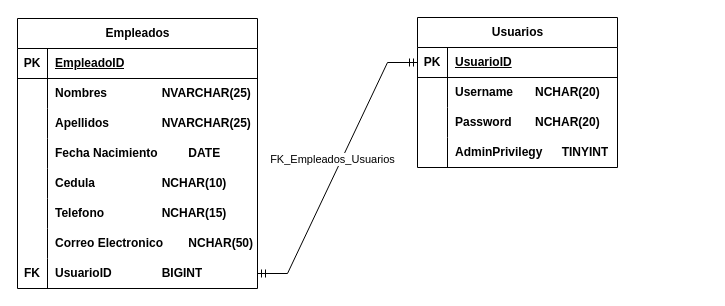
RobinLB99/SQL-SERVER_Scripting keeps this draw.io diagram as Diagrama sin título.drawio. Above is the earlier version. Source tidied: cells renumbered, new cells numbered last; positions are measured from the earlier drawing's top-left corner, leaving out a move shared by most shapes. Both pictures are drawn from the tidied source at 100%, with x=0, y=0 at pixel (17, 17).
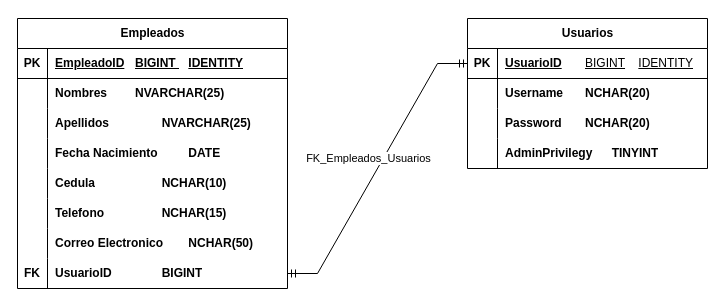
The same page after the edit.

Change to the diagram source:
```diff
@@
     <mxCell id="2" value="Empleados" style="shape=table;startSize=30;childLayout=tableLayout;rowLines=0;fontStyle=1;align=center;html=1;" parent="1" vertex="1">
-      <mxGeometry y="1" width="240" height="270" as="geometry" />
+      <mxGeometry y="1" width="270" height="270" as="geometry" />
     </mxCell>
     <mxCell id="3" style="shape=tableRow;horizontal=0;startSize=0;swimlaneHead=0;swimlaneBody=0;fillColor=none;top=0;left=0;right=0;bottom=1;" parent="2" vertex="1">
-      <mxGeometry y="30" width="240" height="30" as="geometry" />
+      <mxGeometry y="30" width="270" height="30" as="geometry" />
     </mxCell>
@@
-    <mxCell id="5" value="EmpleadoID" style="shape=partialRectangle;fillColor=none;top=0;left=0;bottom=0;right=0;align=left;spacingLeft=6;fontStyle=5;overflow=hidden;whiteSpace=wrap;html=1;" parent="3" vertex="1">
-      <mxGeometry x="30" width="210" height="30" as="geometry" />
+    <mxCell id="5" value="EmpleadoID&lt;span style=&quot;white-space: pre;&quot;&gt;&#9;&lt;/span&gt;BIGINT &lt;span style=&quot;white-space: pre;&quot;&gt;&#9;&lt;/span&gt;IDENTITY" style="shape=partialRectangle;fillColor=none;top=0;left=0;bottom=0;right=0;align=left;spacingLeft=6;fontStyle=5;overflow=hidden;whiteSpace=wrap;html=1;" parent="3" vertex="1">
+      <mxGeometry x="30" width="240" height="30" as="geometry" />
     </mxCell>
     <mxCell id="6" style="shape=tableRow;horizontal=0;startSize=0;swimlaneHead=0;swimlaneBody=0;fillColor=none;top=0;left=0;right=0;bottom=0;" parent="2" vertex="1">
-      <mxGeometry y="60" width="240" height="30" as="geometry" />
+      <mxGeometry y="60" width="270" height="30" as="geometry" />
     </mxCell>
@@
-    <mxCell id="8" value="Nombres&lt;span style=&quot;white-space: pre;&quot;&gt;&#9;&lt;/span&gt;&lt;span style=&quot;white-space: pre;&quot;&gt;&#9;&lt;/span&gt;&lt;span style=&quot;white-space: pre;&quot;&gt;NVARCHAR(25)&lt;/span&gt;" style="shape=partialRectangle;fillColor=none;top=0;left=0;bottom=0;right=0;align=left;spacingLeft=6;overflow=hidden;whiteSpace=wrap;html=1;fontStyle=1;" parent="6" vertex="1">
-      <mxGeometry x="30" width="210" height="30" as="geometry" />
+    <mxCell id="8" value="Nombres&lt;span style=&quot;white-space: pre;&quot;&gt;&#9;&lt;/span&gt;&lt;span style=&quot;white-space: pre;&quot;&gt;NVARCHAR(25)&lt;/span&gt;" style="shape=partialRectangle;fillColor=none;top=0;left=0;bottom=0;right=0;align=left;spacingLeft=6;overflow=hidden;whiteSpace=wrap;html=1;fontStyle=1;" parent="6" vertex="1">
+      <mxGeometry x="30" width="240" height="30" as="geometry" />
     </mxCell>
     <mxCell id="9" style="shape=tableRow;horizontal=0;startSize=0;swimlaneHead=0;swimlaneBody=0;fillColor=none;top=0;left=0;right=0;bottom=0;" parent="2" vertex="1">
-      <mxGeometry y="90" width="240" height="30" as="geometry" />
+      <mxGeometry y="90" width="270" height="30" as="geometry" />
     </mxCell>
@@
     <mxCell id="11" value="Apellidos&lt;span style=&quot;white-space: pre;&quot;&gt;&#9;&lt;/span&gt;&lt;span style=&quot;white-space: pre;&quot;&gt;&#9;&lt;/span&gt;NVARCHAR(25)" style="shape=partialRectangle;fillColor=none;top=0;left=0;bottom=0;right=0;align=left;spacingLeft=6;overflow=hidden;whiteSpace=wrap;html=1;fontStyle=1;" parent="9" vertex="1">
-      <mxGeometry x="30" width="210" height="30" as="geometry" />
+      <mxGeometry x="30" width="240" height="30" as="geometry" />
     </mxCell>
     <mxCell id="12" style="shape=tableRow;horizontal=0;startSize=0;swimlaneHead=0;swimlaneBody=0;fillColor=none;top=0;left=0;right=0;bottom=0;" parent="2" vertex="1">
-      <mxGeometry y="120" width="240" height="30" as="geometry" />
+      <mxGeometry y="120" width="270" height="30" as="geometry" />
     </mxCell>
@@
     <mxCell id="14" value="Fecha Nacimiento&lt;span style=&quot;white-space: pre;&quot;&gt;&#9;&lt;span style=&quot;white-space: pre;&quot;&gt;&#9;&lt;/span&gt;&lt;/span&gt;DATE" style="shape=partialRectangle;fillColor=none;top=0;left=0;bottom=0;right=0;align=left;spacingLeft=6;overflow=hidden;whiteSpace=wrap;html=1;fontStyle=1;" parent="12" vertex="1">
-      <mxGeometry x="30" width="210" height="30" as="geometry" />
+      <mxGeometry x="30" width="240" height="30" as="geometry" />
     </mxCell>
     <mxCell id="15" style="shape=tableRow;horizontal=0;startSize=0;swimlaneHead=0;swimlaneBody=0;fillColor=none;top=0;left=0;right=0;bottom=0;" parent="2" vertex="1">
-      <mxGeometry y="150" width="240" height="30" as="geometry" />
+      <mxGeometry y="150" width="270" height="30" as="geometry" />
     </mxCell>
@@
     <mxCell id="17" value="Cedula&lt;span style=&quot;white-space: pre;&quot;&gt;&#9;&lt;/span&gt;&lt;span style=&quot;white-space: pre;&quot;&gt;&#9;&lt;/span&gt;&lt;span style=&quot;white-space: pre;&quot;&gt;&#9;&lt;/span&gt;NCHAR(10)" style="shape=partialRectangle;fillColor=none;top=0;left=0;bottom=0;right=0;align=left;spacingLeft=6;overflow=hidden;whiteSpace=wrap;html=1;fontStyle=1;" parent="15" vertex="1">
-      <mxGeometry x="30" width="210" height="30" as="geometry" />
+      <mxGeometry x="30" width="240" height="30" as="geometry" />
     </mxCell>
     <mxCell id="18" style="shape=tableRow;horizontal=0;startSize=0;swimlaneHead=0;swimlaneBody=0;fillColor=none;top=0;left=0;right=0;bottom=0;" parent="2" vertex="1">
-      <mxGeometry y="180" width="240" height="30" as="geometry" />
+      <mxGeometry y="180" width="270" height="30" as="geometry" />
     </mxCell>
@@
     <mxCell id="20" value="Telefono&lt;span style=&quot;white-space: pre;&quot;&gt;&#9;&lt;/span&gt;&lt;span style=&quot;white-space: pre;&quot;&gt;&#9;&lt;/span&gt;&lt;span style=&quot;white-space: pre;&quot;&gt;&#9;&lt;/span&gt;NCHAR(15)" style="shape=partialRectangle;fillColor=none;top=0;left=0;bottom=0;right=0;align=left;spacingLeft=6;overflow=hidden;whiteSpace=wrap;html=1;fontStyle=1;" parent="18" vertex="1">
-      <mxGeometry x="30" width="210" height="30" as="geometry" />
+      <mxGeometry x="30" width="240" height="30" as="geometry" />
     </mxCell>
     <mxCell id="21" style="shape=tableRow;horizontal=0;startSize=0;swimlaneHead=0;swimlaneBody=0;fillColor=none;top=0;left=0;right=0;bottom=0;" parent="2" vertex="1">
-      <mxGeometry y="210" width="240" height="30" as="geometry" />
+      <mxGeometry y="210" width="270" height="30" as="geometry" />
     </mxCell>
@@
     <mxCell id="23" value="Correo Electronico&lt;span style=&quot;white-space: pre;&quot;&gt;&#9;&lt;/span&gt;NCHAR(50)" style="shape=partialRectangle;fillColor=none;top=0;left=0;bottom=0;right=0;align=left;spacingLeft=6;overflow=hidden;whiteSpace=wrap;html=1;fontStyle=1;" parent="21" vertex="1">
-      <mxGeometry x="30" width="210" height="30" as="geometry" />
+      <mxGeometry x="30" width="240" height="30" as="geometry" />
     </mxCell>
     <mxCell id="24" style="shape=tableRow;horizontal=0;startSize=0;swimlaneHead=0;swimlaneBody=0;fillColor=none;points=[[0,0.5],[1,0.5]];portConstraint=eastwest;top=0;left=0;right=0;bottom=0;" parent="2" vertex="1">
-      <mxGeometry y="240" width="240" height="30" as="geometry" />
+      <mxGeometry y="240" width="270" height="30" as="geometry" />
     </mxCell>
@@
     <mxCell id="26" value="UsuarioID&amp;nbsp;&amp;nbsp;&lt;span style=&quot;white-space: pre;&quot;&gt;&#9;&lt;/span&gt;&lt;span style=&quot;white-space: pre;&quot;&gt;&#9;&lt;/span&gt;BIGINT" style="shape=partialRectangle;fillColor=none;top=0;left=0;bottom=0;right=0;align=left;spacingLeft=6;overflow=hidden;whiteSpace=wrap;html=1;fontStyle=1;" parent="24" vertex="1">
-      <mxGeometry x="30" width="210" height="30" as="geometry" />
+      <mxGeometry x="30" width="240" height="30" as="geometry" />
     </mxCell>
     <mxCell id="27" value="Usuarios" style="shape=table;startSize=30;childLayout=tableLayout;rowLines=0;fontStyle=1;align=center;html=1;" parent="1" vertex="1">
-      <mxGeometry x="400" width="200" height="150" as="geometry" />
+      <mxGeometry x="450" y="1" width="240" height="150" as="geometry" />
     </mxCell>
     <mxCell id="28" style="shape=tableRow;horizontal=0;startSize=0;swimlaneHead=0;swimlaneBody=0;fillColor=none;points=[[0,0.5],[1,0.5]];portConstraint=eastwest;top=0;left=0;right=0;bottom=1;" parent="27" vertex="1">
-      <mxGeometry y="30" width="200" height="30" as="geometry" />
+      <mxGeometry y="30" width="240" height="30" as="geometry" />
     </mxCell>
@@
-    <mxCell id="30" value="UsuarioID" style="shape=partialRectangle;fillColor=none;top=0;left=0;bottom=0;right=0;align=left;spacingLeft=6;fontStyle=5;overflow=hidden;whiteSpace=wrap;html=1;" parent="28" vertex="1">
-      <mxGeometry x="30" width="170" height="30" as="geometry" />
+    <mxCell id="30" value="UsuarioID&lt;span style=&quot;white-space: pre;&quot;&gt;&#9;&lt;/span&gt;&lt;span style=&quot;font-weight: normal;&quot;&gt;BIGINT&lt;span style=&quot;white-space: pre;&quot;&gt;&#9;&lt;/span&gt;IDENTITY&lt;/span&gt;" style="shape=partialRectangle;fillColor=none;top=0;left=0;bottom=0;right=0;align=left;spacingLeft=6;fontStyle=5;overflow=hidden;whiteSpace=wrap;html=1;" parent="28" vertex="1">
+      <mxGeometry x="30" width="210" height="30" as="geometry" />
     </mxCell>
     <mxCell id="31" style="shape=tableRow;horizontal=0;startSize=0;swimlaneHead=0;swimlaneBody=0;fillColor=none;top=0;left=0;right=0;bottom=0;" parent="27" vertex="1">
-      <mxGeometry y="60" width="200" height="30" as="geometry" />
+      <mxGeometry y="60" width="240" height="30" as="geometry" />
     </mxCell>
@@
     <mxCell id="33" value="Username&lt;span style=&quot;white-space: pre;&quot;&gt;&#9;&lt;/span&gt;NCHAR(20&lt;span style=&quot;background-color: initial;&quot;&gt;)&lt;/span&gt;" style="shape=partialRectangle;fillColor=none;top=0;left=0;bottom=0;right=0;align=left;spacingLeft=6;overflow=hidden;whiteSpace=wrap;html=1;fontStyle=1;" parent="31" vertex="1">
-      <mxGeometry x="30" width="170" height="30" as="geometry" />
+      <mxGeometry x="30" width="210" height="30" as="geometry" />
     </mxCell>
     <mxCell id="34" style="shape=tableRow;horizontal=0;startSize=0;swimlaneHead=0;swimlaneBody=0;fillColor=none;top=0;left=0;right=0;bottom=0;" parent="27" vertex="1">
-      <mxGeometry y="90" width="200" height="30" as="geometry" />
+      <mxGeometry y="90" width="240" height="30" as="geometry" />
     </mxCell>
@@
     <mxCell id="36" value="Password&lt;span style=&quot;white-space: pre;&quot;&gt;&#9;&lt;/span&gt;NCHAR(20)" style="shape=partialRectangle;fillColor=none;top=0;left=0;bottom=0;right=0;align=left;spacingLeft=6;overflow=hidden;whiteSpace=wrap;html=1;fontStyle=1;" parent="34" vertex="1">
-      <mxGeometry x="30" width="170" height="30" as="geometry" />
+      <mxGeometry x="30" width="210" height="30" as="geometry" />
     </mxCell>
     <mxCell id="37" style="shape=tableRow;horizontal=0;startSize=0;swimlaneHead=0;swimlaneBody=0;fillColor=none;top=0;left=0;right=0;bottom=0;" parent="27" vertex="1">
-      <mxGeometry y="120" width="200" height="30" as="geometry" />
+      <mxGeometry y="120" width="240" height="30" as="geometry" />
     </mxCell>
@@
     <mxCell id="39" value="AdminPrivilegy&lt;span style=&quot;white-space: pre;&quot;&gt;&#9;&lt;/span&gt;TINYINT" style="shape=partialRectangle;fillColor=none;top=0;left=0;bottom=0;right=0;align=left;spacingLeft=6;overflow=hidden;whiteSpace=wrap;html=1;fontStyle=1;" parent="37" vertex="1">
-      <mxGeometry x="30" width="170" height="30" as="geometry" />
+      <mxGeometry x="30" width="210" height="30" as="geometry" />
     </mxCell>
```
